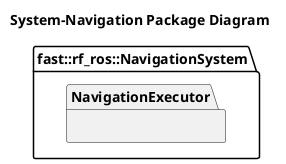
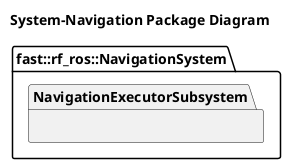
@startuml
title System-Navigation Package Diagram
namespace fast::rf_ros::NavigationSystem {
-     namespace NavigationExecutor {
+     namespace NavigationExecutorSubsystem {

    }
}
@enduml